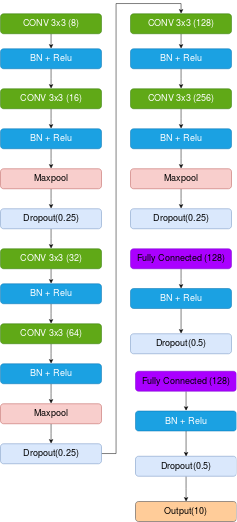
Earlier version of the draw.io export saved_models/diagrams/gesture_recognition_model_arch.png (MohamedAli1995/Sign-Language-Recognition). Source tidied: cells renumbered, new cells last; positions are measured from the earlier drawing's top-left corner, leaving out a move shared by most shapes. Source of this version:
```xml
<mxGraphModel>
  <root>
    <mxCell id="0" />
    <mxCell id="1" parent="0" />
    <mxCell id="2" style="edgeStyle=orthogonalEdgeStyle;rounded=0;jettySize=auto;html=1;entryX=0.5;entryY=0;entryDx=0;entryDy=0;fontSize=18;fontColor=#000000;" parent="1" edge="1" source="3" target="5">
      <mxGeometry relative="1" as="geometry" />
    </mxCell>
    <mxCell id="3" value="CONV 3x3 (8)" style="rounded=1;whiteSpace=wrap;html=1;fillColor=#60a917;strokeColor=#2D7600;glass=0;comic=0;shadow=0;fontColor=#ffffff;fontSize=18;" parent="1" vertex="1">
      <mxGeometry width="202" height="40" as="geometry" />
    </mxCell>
    <mxCell id="4" style="edgeStyle=orthogonalEdgeStyle;rounded=0;jettySize=auto;html=1;entryX=0.5;entryY=0;entryDx=0;entryDy=0;fontSize=18;fontColor=#000000;" parent="1" edge="1" source="5" target="11">
      <mxGeometry relative="1" as="geometry" />
    </mxCell>
    <mxCell id="5" value="BN + Relu" style="rounded=1;whiteSpace=wrap;html=1;fillColor=#1ba1e2;strokeColor=#006EAF;glass=0;comic=0;shadow=0;fontColor=#ffffff;fontSize=18;" parent="1" vertex="1">
      <mxGeometry y="70" width="202" height="40" as="geometry" />
    </mxCell>
    <mxCell id="6" style="edgeStyle=orthogonalEdgeStyle;rounded=0;jettySize=auto;html=1;entryX=0.5;entryY=0;entryDx=0;entryDy=0;fontSize=18;fontColor=#000000;" parent="1" edge="1" source="7" target="15">
      <mxGeometry relative="1" as="geometry" />
    </mxCell>
    <mxCell id="7" value="Dropout(0.25)" style="rounded=1;whiteSpace=wrap;html=1;fillColor=#dae8fc;strokeColor=#6c8ebf;glass=0;comic=0;shadow=0;fontSize=18;" parent="1" vertex="1">
      <mxGeometry y="390" width="202" height="40" as="geometry" />
    </mxCell>
    <mxCell id="8" style="edgeStyle=orthogonalEdgeStyle;rounded=0;jettySize=auto;html=1;entryX=0.5;entryY=0;entryDx=0;entryDy=0;fontSize=18;fontColor=#000000;" parent="1" edge="1" source="9" target="7">
      <mxGeometry relative="1" as="geometry" />
    </mxCell>
    <mxCell id="9" value="Maxpool" style="rounded=1;whiteSpace=wrap;html=1;fillColor=#f8cecc;strokeColor=#b85450;glass=0;comic=0;shadow=0;fontSize=18;" parent="1" vertex="1">
      <mxGeometry y="310" width="202" height="40" as="geometry" />
    </mxCell>
    <mxCell id="10" style="edgeStyle=orthogonalEdgeStyle;rounded=0;jettySize=auto;html=1;entryX=0.5;entryY=0;entryDx=0;entryDy=0;fontSize=18;fontColor=#000000;" parent="1" edge="1" source="11" target="13">
      <mxGeometry relative="1" as="geometry" />
    </mxCell>
    <mxCell id="11" value="CONV 3x3 (16)" style="rounded=1;whiteSpace=wrap;html=1;fillColor=#60a917;strokeColor=#2D7600;glass=0;comic=0;shadow=0;fontColor=#ffffff;fontSize=18;" parent="1" vertex="1">
      <mxGeometry y="150" width="202" height="40" as="geometry" />
    </mxCell>
    <mxCell id="12" style="edgeStyle=orthogonalEdgeStyle;rounded=0;jettySize=auto;html=1;entryX=0.5;entryY=0;entryDx=0;entryDy=0;fontSize=18;fontColor=#000000;" parent="1" edge="1" source="13" target="9">
      <mxGeometry relative="1" as="geometry" />
    </mxCell>
    <mxCell id="13" value="BN + Relu" style="rounded=1;whiteSpace=wrap;html=1;fillColor=#1ba1e2;strokeColor=#006EAF;glass=0;comic=0;shadow=0;fontColor=#ffffff;fontSize=18;" parent="1" vertex="1">
      <mxGeometry y="230" width="202" height="40" as="geometry" />
    </mxCell>
    <mxCell id="14" style="edgeStyle=orthogonalEdgeStyle;rounded=0;jettySize=auto;html=1;entryX=0.5;entryY=0;entryDx=0;entryDy=0;fontSize=18;fontColor=#000000;" parent="1" edge="1" source="15" target="17">
      <mxGeometry relative="1" as="geometry" />
    </mxCell>
    <mxCell id="15" value="CONV 3x3 (32)" style="rounded=1;whiteSpace=wrap;html=1;fillColor=#60a917;strokeColor=#2D7600;glass=0;comic=0;shadow=0;fontColor=#ffffff;fontSize=18;" parent="1" vertex="1">
      <mxGeometry y="470" width="202" height="40" as="geometry" />
    </mxCell>
    <mxCell id="16" style="edgeStyle=orthogonalEdgeStyle;rounded=0;jettySize=auto;html=1;entryX=0.5;entryY=0;entryDx=0;entryDy=0;fontSize=18;fontColor=#000000;" parent="1" edge="1" source="17" target="23">
      <mxGeometry relative="1" as="geometry" />
    </mxCell>
    <mxCell id="17" value="BN + Relu" style="rounded=1;whiteSpace=wrap;html=1;fillColor=#1ba1e2;strokeColor=#006EAF;glass=0;comic=0;shadow=0;fontColor=#ffffff;fontSize=18;" parent="1" vertex="1">
      <mxGeometry y="540" width="202" height="40" as="geometry" />
    </mxCell>
    <mxCell id="18" style="edgeStyle=orthogonalEdgeStyle;rounded=0;jettySize=auto;html=1;entryX=0.5;entryY=0;entryDx=0;entryDy=0;fontSize=18;fontColor=#000000;" parent="1" edge="1" source="19" target="27">
      <mxGeometry relative="1" as="geometry" />
    </mxCell>
    <mxCell id="19" value="Dropout(0.25)" style="rounded=1;whiteSpace=wrap;html=1;fillColor=#dae8fc;strokeColor=#6c8ebf;glass=0;comic=0;shadow=0;fontSize=18;" parent="1" vertex="1">
      <mxGeometry y="860" width="202" height="40" as="geometry" />
    </mxCell>
    <mxCell id="20" style="edgeStyle=orthogonalEdgeStyle;rounded=0;jettySize=auto;html=1;entryX=0.5;entryY=0;entryDx=0;entryDy=0;fontSize=18;fontColor=#000000;" parent="1" edge="1" source="21" target="19">
      <mxGeometry relative="1" as="geometry" />
    </mxCell>
    <mxCell id="21" value="Maxpool" style="rounded=1;whiteSpace=wrap;html=1;fillColor=#f8cecc;strokeColor=#b85450;glass=0;comic=0;shadow=0;fontSize=18;" parent="1" vertex="1">
      <mxGeometry y="780" width="202" height="40" as="geometry" />
    </mxCell>
    <mxCell id="22" style="edgeStyle=orthogonalEdgeStyle;rounded=0;jettySize=auto;html=1;entryX=0.5;entryY=0;entryDx=0;entryDy=0;fontSize=18;fontColor=#000000;" parent="1" edge="1" source="23" target="25">
      <mxGeometry relative="1" as="geometry" />
    </mxCell>
    <mxCell id="23" value="CONV 3x3 (64)" style="rounded=1;whiteSpace=wrap;html=1;fillColor=#60a917;strokeColor=#2D7600;glass=0;comic=0;shadow=0;fontColor=#ffffff;fontSize=18;" parent="1" vertex="1">
      <mxGeometry y="620" width="202" height="40" as="geometry" />
    </mxCell>
    <mxCell id="24" style="edgeStyle=orthogonalEdgeStyle;rounded=0;jettySize=auto;html=1;entryX=0.5;entryY=0;entryDx=0;entryDy=0;fontSize=18;fontColor=#000000;" parent="1" edge="1" source="25" target="21">
      <mxGeometry relative="1" as="geometry" />
    </mxCell>
    <mxCell id="25" value="BN + Relu" style="rounded=1;whiteSpace=wrap;html=1;fillColor=#1ba1e2;strokeColor=#006EAF;glass=0;comic=0;shadow=0;fontColor=#ffffff;fontSize=18;" parent="1" vertex="1">
      <mxGeometry y="700" width="202" height="40" as="geometry" />
    </mxCell>
    <mxCell id="26" style="edgeStyle=orthogonalEdgeStyle;rounded=0;jettySize=auto;html=1;entryX=0.5;entryY=0;entryDx=0;entryDy=0;fontSize=18;fontColor=#000000;" parent="1" edge="1" source="27" target="29">
      <mxGeometry relative="1" as="geometry" />
    </mxCell>
    <mxCell id="27" value="CONV 3x3 (128)" style="rounded=1;whiteSpace=wrap;html=1;fillColor=#60a917;strokeColor=#2D7600;glass=0;comic=0;shadow=0;fontColor=#ffffff;fontSize=18;" parent="1" vertex="1">
      <mxGeometry x="260" width="202" height="40" as="geometry" />
    </mxCell>
    <mxCell id="28" style="edgeStyle=orthogonalEdgeStyle;rounded=0;jettySize=auto;html=1;entryX=0.5;entryY=0;entryDx=0;entryDy=0;fontSize=18;fontColor=#000000;" parent="1" edge="1" source="29" target="33">
      <mxGeometry relative="1" as="geometry" />
    </mxCell>
    <mxCell id="29" value="BN + Relu" style="rounded=1;whiteSpace=wrap;html=1;fillColor=#1ba1e2;strokeColor=#006EAF;glass=0;comic=0;shadow=0;fontColor=#ffffff;fontSize=18;" parent="1" vertex="1">
      <mxGeometry x="260" y="70" width="202" height="40" as="geometry" />
    </mxCell>
    <mxCell id="30" style="edgeStyle=orthogonalEdgeStyle;rounded=0;jettySize=auto;html=1;entryX=0.5;entryY=0;entryDx=0;entryDy=0;fontSize=18;fontColor=#000000;" parent="1" edge="1" source="31">
      <mxGeometry relative="1" as="geometry">
        <mxPoint x="361.1" y="389.6" as="targetPoint" />
      </mxGeometry>
    </mxCell>
    <mxCell id="31" value="Maxpool" style="rounded=1;whiteSpace=wrap;html=1;fillColor=#f8cecc;strokeColor=#b85450;glass=0;comic=0;shadow=0;fontSize=18;" parent="1" vertex="1">
      <mxGeometry x="260" y="310" width="202" height="40" as="geometry" />
    </mxCell>
    <mxCell id="32" style="edgeStyle=orthogonalEdgeStyle;rounded=0;jettySize=auto;html=1;entryX=0.5;entryY=0;entryDx=0;entryDy=0;fontSize=18;fontColor=#000000;" parent="1" edge="1" source="33" target="35">
      <mxGeometry relative="1" as="geometry" />
    </mxCell>
    <mxCell id="33" value="CONV 3x3 (256)" style="rounded=1;whiteSpace=wrap;html=1;fillColor=#60a917;strokeColor=#2D7600;glass=0;comic=0;shadow=0;fontColor=#ffffff;fontSize=18;" parent="1" vertex="1">
      <mxGeometry x="260" y="150" width="202" height="40" as="geometry" />
    </mxCell>
    <mxCell id="34" style="edgeStyle=orthogonalEdgeStyle;rounded=0;jettySize=auto;html=1;entryX=0.5;entryY=0;entryDx=0;entryDy=0;fontSize=18;fontColor=#000000;" parent="1" edge="1" source="35" target="31">
      <mxGeometry relative="1" as="geometry" />
    </mxCell>
    <mxCell id="35" value="BN + Relu" style="rounded=1;whiteSpace=wrap;html=1;fillColor=#1ba1e2;strokeColor=#006EAF;glass=0;comic=0;shadow=0;fontColor=#ffffff;fontSize=18;" parent="1" vertex="1">
      <mxGeometry x="260" y="230" width="202" height="40" as="geometry" />
    </mxCell>
    <mxCell id="36" value="Dropout(0.25)" style="rounded=1;whiteSpace=wrap;html=1;fillColor=#dae8fc;strokeColor=#6c8ebf;glass=0;comic=0;shadow=0;fontSize=18;" parent="1" vertex="1">
      <mxGeometry x="260" y="390" width="202" height="40" as="geometry" />
    </mxCell>
    <mxCell id="37" style="edgeStyle=orthogonalEdgeStyle;rounded=0;jettySize=auto;html=1;exitX=0.5;exitY=1;exitDx=0;exitDy=0;entryX=0.5;entryY=0;entryDx=0;entryDy=0;fontSize=18;fontColor=#000000;" parent="1" edge="1" source="38" target="42">
      <mxGeometry relative="1" as="geometry" />
    </mxCell>
    <mxCell id="38" value="Fully Connected (128)" style="rounded=1;whiteSpace=wrap;html=1;fillColor=#aa00ff;strokeColor=#7700CC;glass=0;comic=0;shadow=0;fontSize=18;fontColor=#000000;" parent="1" vertex="1">
      <mxGeometry x="260" y="470" width="202" height="40" as="geometry" />
    </mxCell>
    <mxCell id="39" value="Dropout(0.5)" style="rounded=1;whiteSpace=wrap;html=1;fillColor=#dae8fc;strokeColor=#6c8ebf;glass=0;comic=0;shadow=0;fontSize=18;" parent="1" vertex="1">
      <mxGeometry x="260" y="640" width="202" height="40" as="geometry" />
    </mxCell>
    <mxCell id="40" value="Output(10)" style="rounded=1;whiteSpace=wrap;html=1;glass=0;comic=0;shadow=0;fontSize=18;fillColor=#ffcc99;strokeColor=#36393d;" parent="1" vertex="1">
      <mxGeometry x="270" y="975.5" width="202" height="40" as="geometry" />
    </mxCell>
    <mxCell id="41" style="edgeStyle=orthogonalEdgeStyle;rounded=0;jettySize=auto;html=1;exitX=0.5;exitY=1;exitDx=0;exitDy=0;entryX=0.5;entryY=0;entryDx=0;entryDy=0;fontSize=18;fontColor=#000000;" parent="1" edge="1" source="42" target="39">
      <mxGeometry relative="1" as="geometry" />
    </mxCell>
    <mxCell id="42" value="BN + Relu" style="rounded=1;whiteSpace=wrap;html=1;fillColor=#1ba1e2;strokeColor=#006EAF;glass=0;comic=0;shadow=0;fontColor=#ffffff;fontSize=18;" parent="1" vertex="1">
      <mxGeometry x="260" y="549.5" width="202" height="40" as="geometry" />
    </mxCell>
    <mxCell id="43" style="edgeStyle=orthogonalEdgeStyle;rounded=0;jettySize=auto;html=1;exitX=0.5;exitY=1;exitDx=0;exitDy=0;entryX=0.5;entryY=0;entryDx=0;entryDy=0;fontSize=18;fontColor=#000000;" parent="1" edge="1" source="44" target="48">
      <mxGeometry relative="1" as="geometry" />
    </mxCell>
    <mxCell id="44" value="Fully Connected (128)" style="rounded=1;whiteSpace=wrap;html=1;fillColor=#aa00ff;strokeColor=#7700CC;glass=0;comic=0;shadow=0;fontSize=18;fontColor=#000000;" parent="1" vertex="1">
      <mxGeometry x="270" y="715" width="202" height="40" as="geometry" />
    </mxCell>
    <mxCell id="45" style="edgeStyle=orthogonalEdgeStyle;rounded=0;jettySize=auto;html=1;exitX=0.5;exitY=1;exitDx=0;exitDy=0;fontSize=18;fontColor=#000000;" parent="1" edge="1" source="46" target="40">
      <mxGeometry relative="1" as="geometry" />
    </mxCell>
    <mxCell id="46" value="Dropout(0.5)" style="rounded=1;whiteSpace=wrap;html=1;fillColor=#dae8fc;strokeColor=#6c8ebf;glass=0;comic=0;shadow=0;fontSize=18;" parent="1" vertex="1">
      <mxGeometry x="270" y="885" width="202" height="40" as="geometry" />
    </mxCell>
    <mxCell id="47" style="edgeStyle=orthogonalEdgeStyle;rounded=0;jettySize=auto;html=1;exitX=0.5;exitY=1;exitDx=0;exitDy=0;entryX=0.5;entryY=0;entryDx=0;entryDy=0;fontSize=18;fontColor=#000000;" parent="1" edge="1" source="48" target="46">
      <mxGeometry relative="1" as="geometry" />
    </mxCell>
    <mxCell id="48" value="BN + Relu" style="rounded=1;whiteSpace=wrap;html=1;fillColor=#1ba1e2;strokeColor=#006EAF;glass=0;comic=0;shadow=0;fontColor=#ffffff;fontSize=18;" parent="1" vertex="1">
      <mxGeometry x="270" y="794.5" width="202" height="40" as="geometry" />
    </mxCell>
  </root>
</mxGraphModel>
```
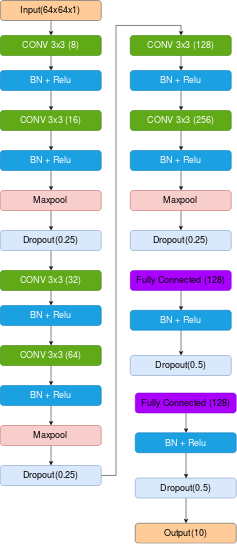
After the commit.

Change to the diagram source:
```diff
@@ -145,5 +145,11 @@
     <mxCell id="48" value="BN + Relu" style="rounded=1;whiteSpace=wrap;html=1;fillColor=#1ba1e2;strokeColor=#006EAF;glass=0;comic=0;shadow=0;fontColor=#ffffff;fontSize=18;" parent="1" vertex="1">
       <mxGeometry x="270" y="794.5" width="202" height="40" as="geometry" />
     </mxCell>
+    <mxCell id="49" style="edgeStyle=orthogonalEdgeStyle;rounded=0;jettySize=auto;html=1;entryX=0.5;entryY=0;entryDx=0;entryDy=0;fontSize=18;fontColor=#000000;" parent="1" edge="1" source="50" target="3">
+      <mxGeometry relative="1" as="geometry" />
+    </mxCell>
+    <mxCell id="50" value="Input(64x64x1)" style="rounded=1;whiteSpace=wrap;html=1;glass=0;comic=0;shadow=0;fontSize=18;fillColor=#ffcc99;strokeColor=#36393d;" parent="1" vertex="1">
+      <mxGeometry y="-70" width="202" height="40" as="geometry" />
+    </mxCell>
   </root>
 </mxGraphModel>
```
